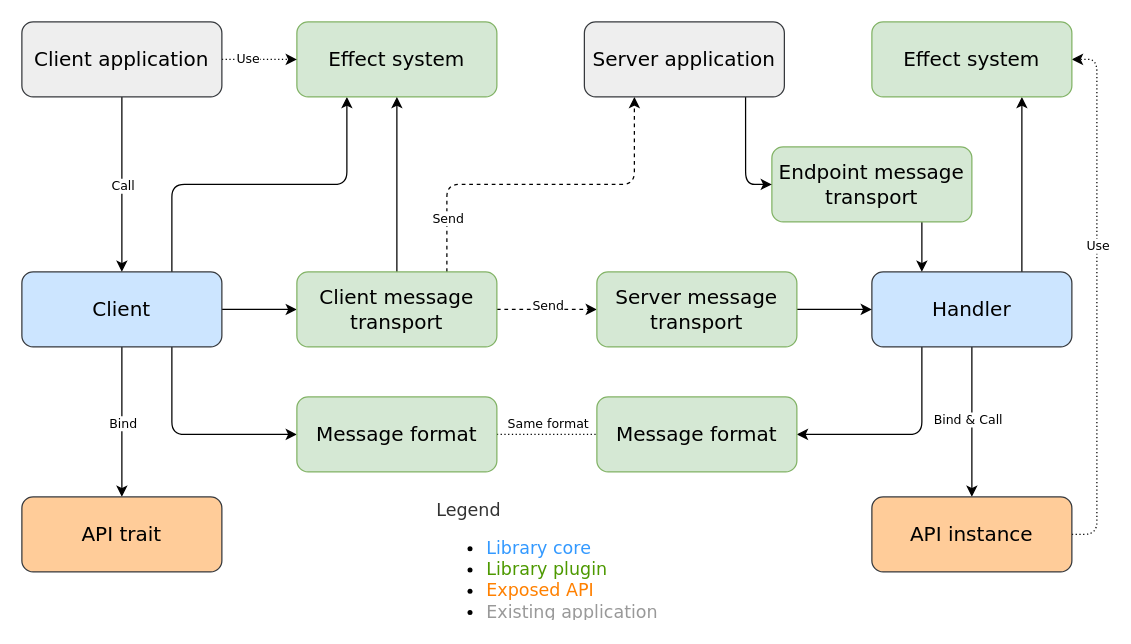
martin-ockajak/automorph keeps this draw.io diagram as doc/diagrams/architecture.drawio. Above is the earlier version. Source tidied: cells renumbered, new cells numbered last; positions are measured from the earlier drawing's top-left corner, leaving out a move shared by most shapes. Both pictures are drawn from the tidied source at 125%, with x=0, y=0 at pixel (21, 21).
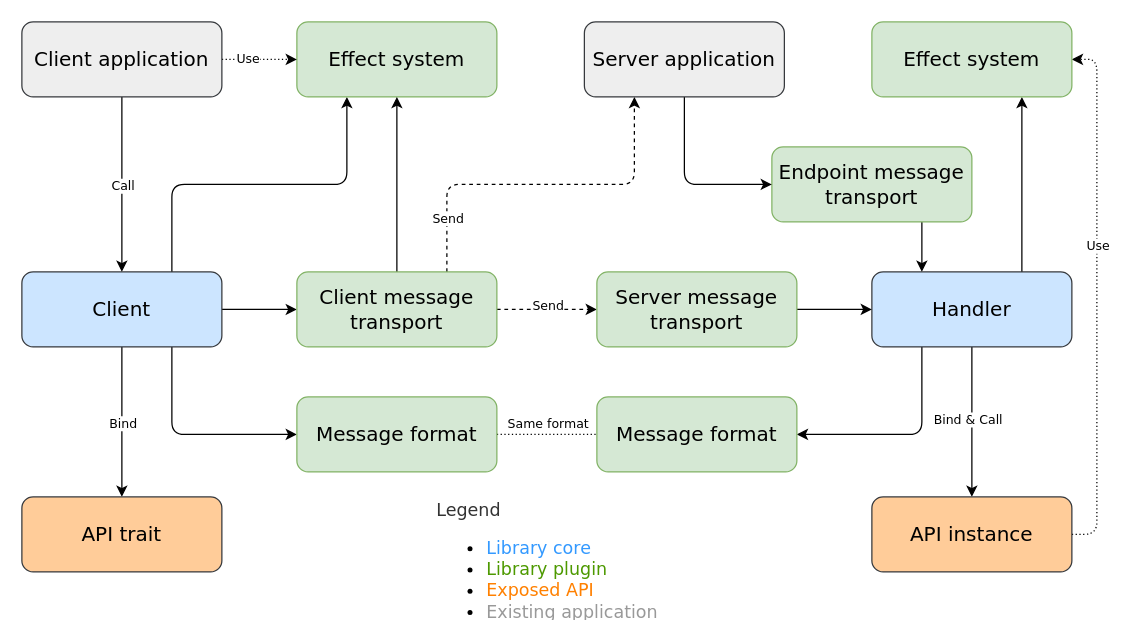
After the change.

Unchanged cells that the change refers to:
```xml
<mxCell id="24" value="&lt;font style=&quot;font-size: 16px&quot;&gt;Endpoint message transport&lt;/font&gt;" style="rounded=1;whiteSpace=wrap;html=1;fillColor=#d5e8d4;strokeColor=#82b366;fontFamily=Verdana;fontSize=16;" parent="1" vertex="1">
  <mxGeometry x="600" y="100" width="160" height="60" as="geometry" />
</mxCell>
<mxCell id="29" value="&lt;font style=&quot;font-size: 16px&quot;&gt;Server application&lt;/font&gt;" style="rounded=1;whiteSpace=wrap;html=1;fillColor=#eeeeee;strokeColor=#36393d;fontFamily=Verdana;fontSize=16;" parent="1" vertex="1">
  <mxGeometry x="450" width="160" height="60" as="geometry" />
</mxCell>
```

What changed in the source:
```diff
@@
-    <mxCell id="28" style="edgeStyle=orthogonalEdgeStyle;rounded=1;jettySize=auto;html=1;exitX=0.806;exitY=1;exitDx=0;exitDy=0;fontFamily=Verdana;fontSize=16;strokeColor=#000000;exitPerimeter=0;entryX=0;entryY=0.5;entryDx=0;entryDy=0;" parent="1" edge="1" source="29" target="24">
+    <mxCell id="28" style="edgeStyle=orthogonalEdgeStyle;rounded=1;jettySize=auto;html=1;fontFamily=Verdana;fontSize=16;strokeColor=#000000;entryX=0;entryY=0.5;entryDx=0;entryDy=0;" parent="1" edge="1" source="29" target="24">
       <mxGeometry relative="1" as="geometry" />
     </mxCell>
```
